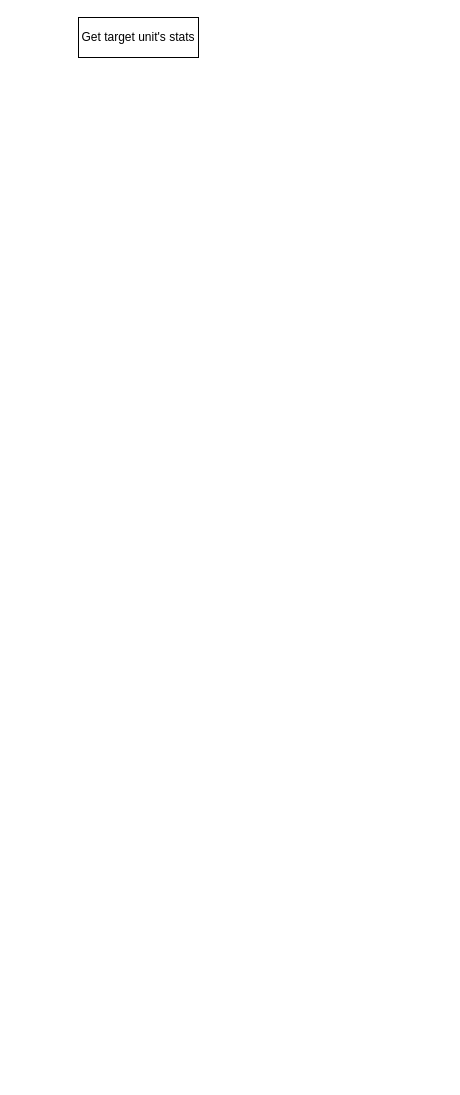
This is draw.io/Attack.drawio from bezmuth/civ-like-a, a draw.io file, before an edit. Source tidied: cells renumbered, new cells numbered last; positions are measured from the earlier drawing's top-left corner, leaving out a move shared by most shapes. Both pictures are drawn from the tidied source at 100%, with x=0, y=0 at pixel (78, 17).
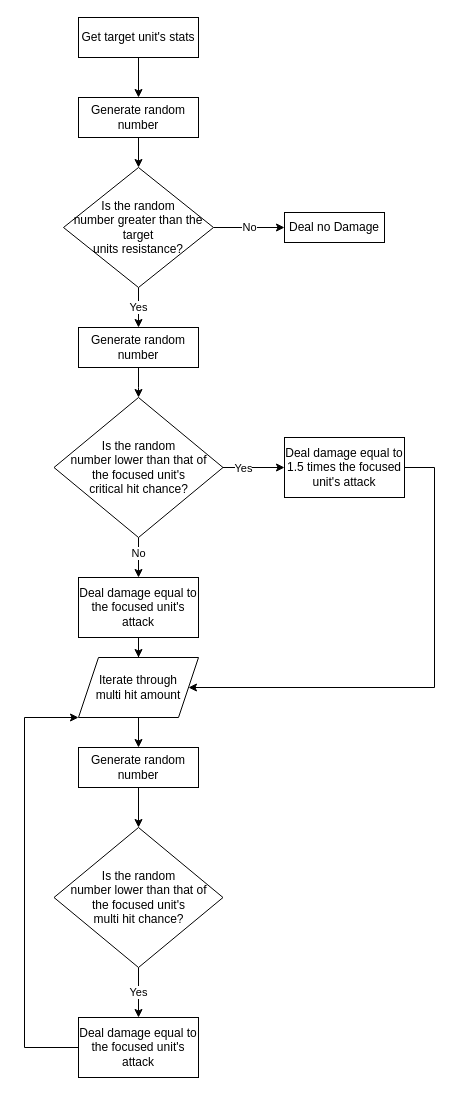
After the change.

The change refers to these unchanged cells:
```xml
<mxCell id="2" value="Get target unit's stats" style="rounded=0;whiteSpace=wrap;html=1;" parent="1" vertex="1">
  <mxGeometry width="120" height="40" as="geometry" />
</mxCell>
```

Change to the diagram source:
```diff
@@
+    <mxCell id="3" style="edgeStyle=orthogonalEdgeStyle;rounded=0;jettySize=auto;html=1;" parent="1" edge="1" source="2" target="5">
+      <mxGeometry relative="1" as="geometry" />
+    </mxCell>
@@
+    <mxCell id="4" style="edgeStyle=orthogonalEdgeStyle;rounded=0;jettySize=auto;html=1;" parent="1" edge="1" source="5" target="8">
+      <mxGeometry relative="1" as="geometry" />
+    </mxCell>
+    <mxCell id="5" value="Generate random number" style="rounded=0;whiteSpace=wrap;html=1;" parent="1" vertex="1">
+      <mxGeometry y="80" width="120" height="40" as="geometry" />
+    </mxCell>
+    <mxCell id="6" value="No" style="edgeStyle=orthogonalEdgeStyle;rounded=0;jettySize=auto;html=1;" parent="1" edge="1" source="8" target="9">
+      <mxGeometry relative="1" as="geometry" />
+    </mxCell>
+    <mxCell id="7" value="Yes" style="edgeStyle=orthogonalEdgeStyle;rounded=0;jettySize=auto;html=1;" parent="1" edge="1" source="8">
+      <mxGeometry relative="1" as="geometry">
+        <mxPoint x="60" y="310" as="targetPoint" />
+      </mxGeometry>
+    </mxCell>
+    <mxCell id="8" value="&lt;div&gt;Is the random &lt;br&gt;&lt;/div&gt;&lt;div&gt;number greater than the target &lt;br&gt;&lt;/div&gt;&lt;div&gt;units resistance?&lt;/div&gt;" style="rhombus;whiteSpace=wrap;html=1;" parent="1" vertex="1">
+      <mxGeometry x="-15" y="150" width="150" height="120" as="geometry" />
+    </mxCell>
+    <mxCell id="9" value="Deal no Damage" style="rounded=0;whiteSpace=wrap;html=1;" parent="1" vertex="1">
+      <mxGeometry x="206" y="195" width="100" height="30" as="geometry" />
+    </mxCell>
+    <mxCell id="10" style="edgeStyle=orthogonalEdgeStyle;rounded=0;jettySize=auto;html=1;" parent="1" edge="1" source="11">
+      <mxGeometry relative="1" as="geometry">
+        <mxPoint x="60" y="380" as="targetPoint" />
+      </mxGeometry>
+    </mxCell>
+    <mxCell id="11" value="Generate random number" style="rounded=0;whiteSpace=wrap;html=1;" parent="1" vertex="1">
+      <mxGeometry y="310" width="120" height="40" as="geometry" />
+    </mxCell>
+    <mxCell id="12" style="edgeStyle=orthogonalEdgeStyle;rounded=0;jettySize=auto;html=1;" parent="1" edge="1" source="16" target="18">
+      <mxGeometry relative="1" as="geometry" />
+    </mxCell>
+    <mxCell id="13" value="Yes" style="edgeLabel;html=1;align=center;verticalAlign=middle;" parent="12" vertex="1">
+      <mxGeometry x="-0.36" relative="1" as="geometry" />
+    </mxCell>
+    <mxCell id="14" style="edgeStyle=orthogonalEdgeStyle;rounded=0;jettySize=auto;html=1;" parent="1" edge="1" source="16">
+      <mxGeometry relative="1" as="geometry">
+        <mxPoint x="60" y="560" as="targetPoint" />
+      </mxGeometry>
+    </mxCell>
+    <mxCell id="15" value="No" style="edgeLabel;html=1;align=center;verticalAlign=middle;" parent="14" vertex="1">
+      <mxGeometry x="-0.26" y="-1" relative="1" as="geometry" />
+    </mxCell>
+    <mxCell id="16" value="&lt;div&gt;Is the random &lt;br&gt;&lt;/div&gt;&lt;div&gt;number lower than that of &lt;br&gt;&lt;/div&gt;&lt;div&gt;the focused unit's &lt;br&gt;&lt;/div&gt;&lt;div&gt;critical hit chance?&lt;/div&gt;" style="rhombus;whiteSpace=wrap;html=1;" parent="1" vertex="1">
+      <mxGeometry x="-24.5" y="380" width="169" height="140" as="geometry" />
+    </mxCell>
+    <mxCell id="17" style="edgeStyle=orthogonalEdgeStyle;rounded=0;jettySize=auto;html=1;entryX=1;entryY=0.5;entryDx=0;entryDy=0;" parent="1" edge="1" source="18" target="22">
+      <mxGeometry relative="1" as="geometry">
+        <Array as="points">
+          <mxPoint x="356" y="450" />
+          <mxPoint x="356" y="670" />
+        </Array>
+      </mxGeometry>
+    </mxCell>
+    <mxCell id="18" value="Deal damage equal to 1.5 times the focused unit's attack" style="rounded=0;whiteSpace=wrap;html=1;" parent="1" vertex="1">
+      <mxGeometry x="206" y="420" width="120" height="60" as="geometry" />
+    </mxCell>
+    <mxCell id="19" style="edgeStyle=orthogonalEdgeStyle;rounded=0;jettySize=auto;html=1;" parent="1" edge="1" source="20" target="22">
+      <mxGeometry relative="1" as="geometry" />
+    </mxCell>
+    <mxCell id="20" value="Deal damage equal to the focused unit's attack" style="rounded=0;whiteSpace=wrap;html=1;" parent="1" vertex="1">
+      <mxGeometry y="560" width="120" height="60" as="geometry" />
+    </mxCell>
+    <mxCell id="21" style="edgeStyle=orthogonalEdgeStyle;rounded=0;jettySize=auto;html=1;entryX=0.5;entryY=0;entryDx=0;entryDy=0;" parent="1" edge="1" source="22" target="24">
+      <mxGeometry relative="1" as="geometry" />
+    </mxCell>
+    <mxCell id="22" value="&lt;div&gt;Iterate through &lt;br&gt;&lt;/div&gt;&lt;div&gt;multi hit amount&lt;/div&gt;" style="shape=parallelogram;perimeter=parallelogramPerimeter;whiteSpace=wrap;html=1;fixedSize=1;rounded=0;" parent="1" vertex="1">
+      <mxGeometry y="640" width="120" height="60" as="geometry" />
+    </mxCell>
+    <mxCell id="23" style="edgeStyle=orthogonalEdgeStyle;rounded=0;jettySize=auto;html=1;entryX=0.5;entryY=0;entryDx=0;entryDy=0;" parent="1" edge="1" source="24" target="26">
+      <mxGeometry relative="1" as="geometry" />
+    </mxCell>
+    <mxCell id="24" value="Generate random number" style="rounded=0;whiteSpace=wrap;html=1;" parent="1" vertex="1">
+      <mxGeometry y="730" width="120" height="40" as="geometry" />
+    </mxCell>
+    <mxCell id="25" value="Yes" style="edgeStyle=orthogonalEdgeStyle;rounded=0;jettySize=auto;html=1;entryX=0.5;entryY=0;entryDx=0;entryDy=0;" parent="1" edge="1" source="26" target="28">
+      <mxGeometry relative="1" as="geometry" />
+    </mxCell>
+    <mxCell id="26" value="&lt;div&gt;Is the random &lt;br&gt;&lt;/div&gt;&lt;div&gt;number lower than that of &lt;br&gt;&lt;/div&gt;&lt;div&gt;the focused unit's &lt;br&gt;&lt;/div&gt;&lt;div&gt;multi hit chance?&lt;/div&gt;" style="rhombus;whiteSpace=wrap;html=1;" parent="1" vertex="1">
+      <mxGeometry x="-24.5" y="810" width="169" height="140" as="geometry" />
+    </mxCell>
+    <mxCell id="27" style="edgeStyle=orthogonalEdgeStyle;rounded=0;jettySize=auto;html=1;entryX=0;entryY=1;entryDx=0;entryDy=0;" parent="1" edge="1" source="28" target="22">
+      <mxGeometry relative="1" as="geometry">
+        <Array as="points">
+          <mxPoint x="-54" y="1030" />
+          <mxPoint x="-54" y="700" />
+        </Array>
+      </mxGeometry>
+    </mxCell>
+    <mxCell id="28" value="Deal damage equal to the focused unit's attack" style="rounded=0;whiteSpace=wrap;html=1;" parent="1" vertex="1">
+      <mxGeometry y="1000" width="120" height="60" as="geometry" />
+    </mxCell>
```
